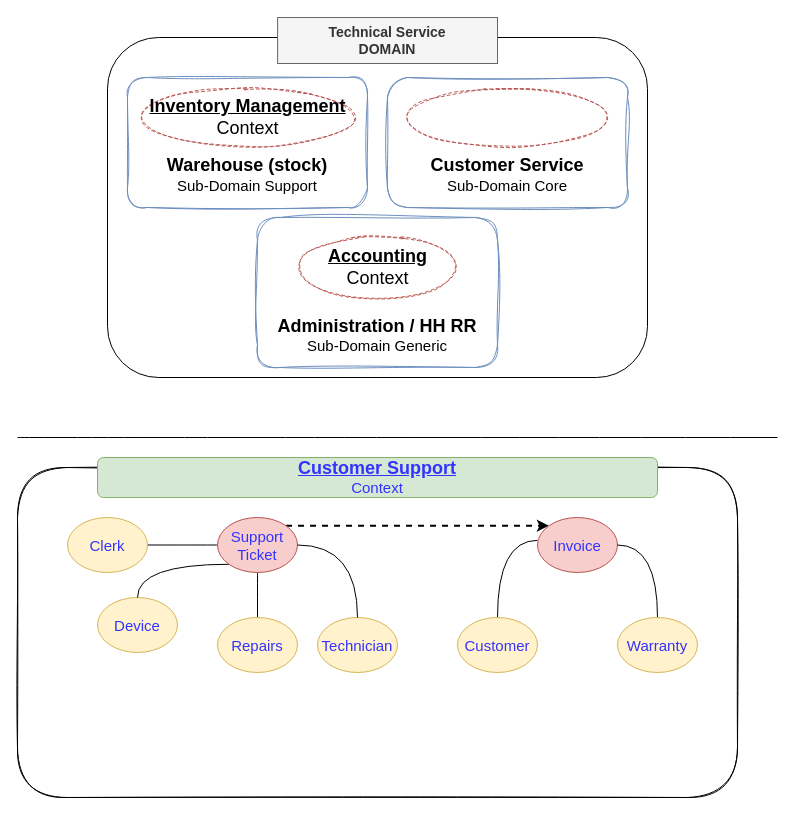
Above: page "BigPicture-Corrected" (1 of 4) of assets/DDD-ServicioTecnico-EdinsonAcosta.drawio in training-practice-sofkau/C1-2023--DDD-Uruguay (draw.io), before the change. Source tidied: cells renumbered, new cells numbered last; positions are measured from the earlier drawing's top-left corner, leaving out a move shared by most shapes. Both pictures are drawn from the tidied source at 100%, with x=0, y=0 at pixel (17, 17).
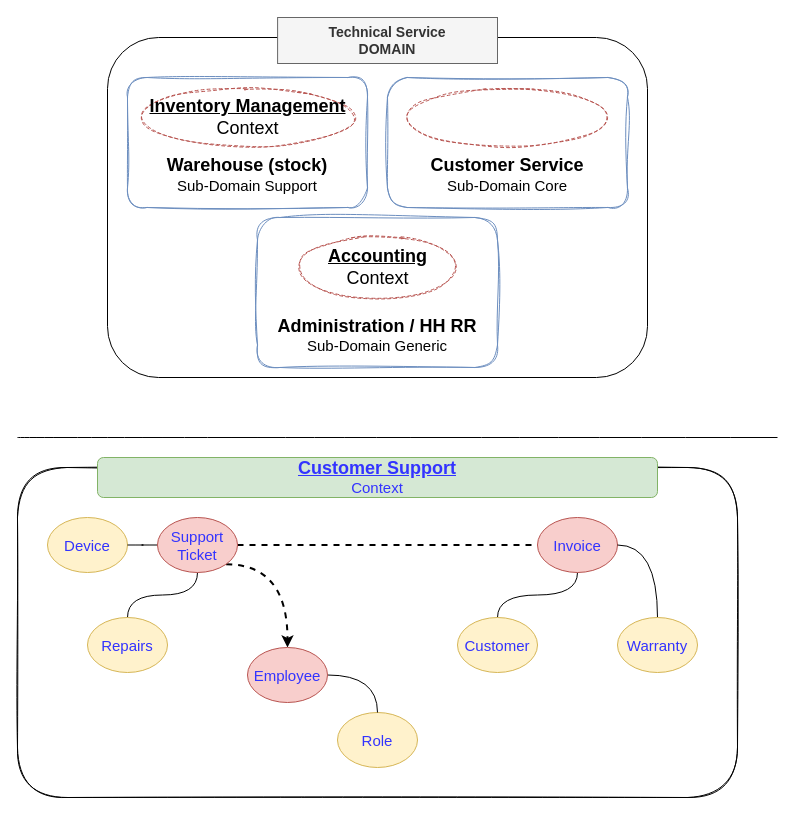
After the change.

Unchanged cells that the change refers to:
```xml
<mxCell id="18" value="Customer" style="ellipse;whiteSpace=wrap;html=1;rounded=1;sketch=0;fontSize=15;fillColor=#fff2cc;strokeColor=#d6b656;fontColor=#3333FF;" parent="1" vertex="1">
  <mxGeometry x="440" y="600" width="80" height="55" as="geometry" />
</mxCell>
<mxCell id="25" value="Invoice" style="ellipse;whiteSpace=wrap;html=1;rounded=1;sketch=0;fontSize=15;fillColor=#f8cecc;strokeColor=#b85450;fontColor=#3333FF;" parent="1" vertex="1">
  <mxGeometry x="520" y="500" width="80" height="55" as="geometry" />
</mxCell>
```

Diff of the diagram source:
```diff
@@
-    <mxCell id="17" style="edgeStyle=orthogonalEdgeStyle;curved=1;rounded=0;jettySize=auto;html=1;entryX=0;entryY=0.415;entryDx=0;entryDy=0;entryPerimeter=0;fontSize=15;endArrow=none;endFill=0;exitX=0.5;exitY=0;exitDx=0;exitDy=0;" parent="1" edge="1" source="18" target="25">
+    <mxCell id="17" style="edgeStyle=orthogonalEdgeStyle;curved=1;rounded=0;jettySize=auto;html=1;fontSize=15;endArrow=none;endFill=0;exitX=0.5;exitY=0;exitDx=0;exitDy=0;" parent="1" edge="1" source="18" target="25">
       <mxGeometry relative="1" as="geometry" />
     </mxCell>
@@
     <mxCell id="19" value="Device" style="ellipse;whiteSpace=wrap;html=1;rounded=1;sketch=0;fontSize=15;fillColor=#fff2cc;strokeColor=#d6b656;fontColor=#3333FF;" parent="1" vertex="1">
-      <mxGeometry x="80" y="580" width="80" height="55" as="geometry" />
+      <mxGeometry x="30" y="500" width="80" height="55" as="geometry" />
     </mxCell>
-    <mxCell id="20" style="edgeStyle=orthogonalEdgeStyle;curved=1;rounded=0;jettySize=auto;html=1;fontSize=15;endArrow=none;endFill=0;" parent="1" edge="1" source="24" target="27">
-      <mxGeometry relative="1" as="geometry" />
-    </mxCell>
-    <mxCell id="21" style="edgeStyle=orthogonalEdgeStyle;curved=1;rounded=0;jettySize=auto;html=1;exitX=0;exitY=1;exitDx=0;exitDy=0;fontSize=15;endArrow=none;endFill=0;" parent="1" edge="1" source="24" target="19">
+    <mxCell id="21" style="edgeStyle=orthogonalEdgeStyle;curved=1;rounded=0;jettySize=auto;html=1;exitX=0;exitY=0.5;exitDx=0;exitDy=0;fontSize=15;endArrow=none;endFill=0;" parent="1" edge="1" source="24" target="19">
       <mxGeometry relative="1" as="geometry" />
     </mxCell>
@@
-    <mxCell id="23" style="edgeStyle=orthogonalEdgeStyle;rounded=0;jettySize=auto;html=1;exitX=1;exitY=0;exitDx=0;exitDy=0;entryX=0;entryY=0;entryDx=0;entryDy=0;strokeWidth=2;fontSize=14;endArrow=classic;endFill=1;dashed=1;" parent="1" edge="1" source="24" target="25">
+    <mxCell id="23" style="edgeStyle=orthogonalEdgeStyle;rounded=0;jettySize=auto;html=1;exitX=1;exitY=0.5;exitDx=0;exitDy=0;entryX=0;entryY=0.5;entryDx=0;entryDy=0;strokeWidth=2;fontSize=14;endArrow=none;endFill=0;dashed=1;" parent="1" edge="1" source="24" target="25">
       <mxGeometry relative="1" as="geometry" />
     </mxCell>
+    <mxCell id="32" style="edgeStyle=orthogonalEdgeStyle;rounded=0;jettySize=auto;html=1;exitX=1;exitY=1;exitDx=0;exitDy=0;curved=1;dashed=1;strokeWidth=2;" parent="1" edge="1" source="24" target="33">
+      <mxGeometry relative="1" as="geometry" />
+    </mxCell>
     <mxCell id="24" value="Support Ticket" style="ellipse;whiteSpace=wrap;html=1;rounded=1;sketch=0;fontSize=15;fillColor=#f8cecc;strokeColor=#b85450;fontColor=#3333FF;" parent="1" vertex="1">
-      <mxGeometry x="200" y="500" width="80" height="55" as="geometry" />
+      <mxGeometry x="140" y="500" width="80" height="55" as="geometry" />
     </mxCell>
@@
-    <mxCell id="26" value="Technician" style="ellipse;whiteSpace=wrap;html=1;rounded=1;sketch=0;fontSize=15;fillColor=#fff2cc;strokeColor=#d6b656;fontColor=#3333FF;" parent="1" vertex="1">
-      <mxGeometry x="300" y="600" width="80" height="55" as="geometry" />
+    <mxCell id="26" value="Role" style="ellipse;whiteSpace=wrap;html=1;rounded=1;sketch=0;fontSize=15;fillColor=#fff2cc;strokeColor=#d6b656;fontColor=#3333FF;" parent="1" vertex="1">
+      <mxGeometry x="320" y="695" width="80" height="55" as="geometry" />
     </mxCell>
-    <mxCell id="27" value="Clerk" style="ellipse;whiteSpace=wrap;html=1;rounded=1;sketch=0;fontSize=15;fillColor=#fff2cc;strokeColor=#d6b656;fontColor=#3333FF;" parent="1" vertex="1">
-      <mxGeometry x="50" y="500" width="80" height="55" as="geometry" />
-    </mxCell>
-    <mxCell id="28" style="edgeStyle=orthogonalEdgeStyle;curved=1;rounded=0;jettySize=auto;html=1;entryX=0.5;entryY=0;entryDx=0;entryDy=0;fontSize=15;endArrow=none;endFill=0;exitX=1;exitY=0.5;exitDx=0;exitDy=0;" parent="1" edge="1" source="24" target="26">
+    <mxCell id="28" style="edgeStyle=orthogonalEdgeStyle;curved=1;rounded=0;jettySize=auto;html=1;entryX=0.5;entryY=0;entryDx=0;entryDy=0;fontSize=15;endArrow=none;endFill=0;exitX=1;exitY=0.5;exitDx=0;exitDy=0;" parent="1" edge="1" source="33" target="26">
       <mxGeometry relative="1" as="geometry" />
     </mxCell>
     <mxCell id="29" value="Repairs" style="ellipse;whiteSpace=wrap;html=1;rounded=1;sketch=0;fontSize=15;fillColor=#fff2cc;strokeColor=#d6b656;fontColor=#3333FF;" parent="1" vertex="1">
-      <mxGeometry x="200" y="600" width="80" height="55" as="geometry" />
+      <mxGeometry x="70" y="600" width="80" height="55" as="geometry" />
     </mxCell>
@@
+    <mxCell id="33" value="Employee" style="ellipse;whiteSpace=wrap;html=1;rounded=1;sketch=0;fontSize=15;fillColor=#f8cecc;strokeColor=#b85450;fontColor=#3333FF;" parent="1" vertex="1">
+      <mxGeometry x="230" y="630" width="80" height="55" as="geometry" />
+    </mxCell>
```
